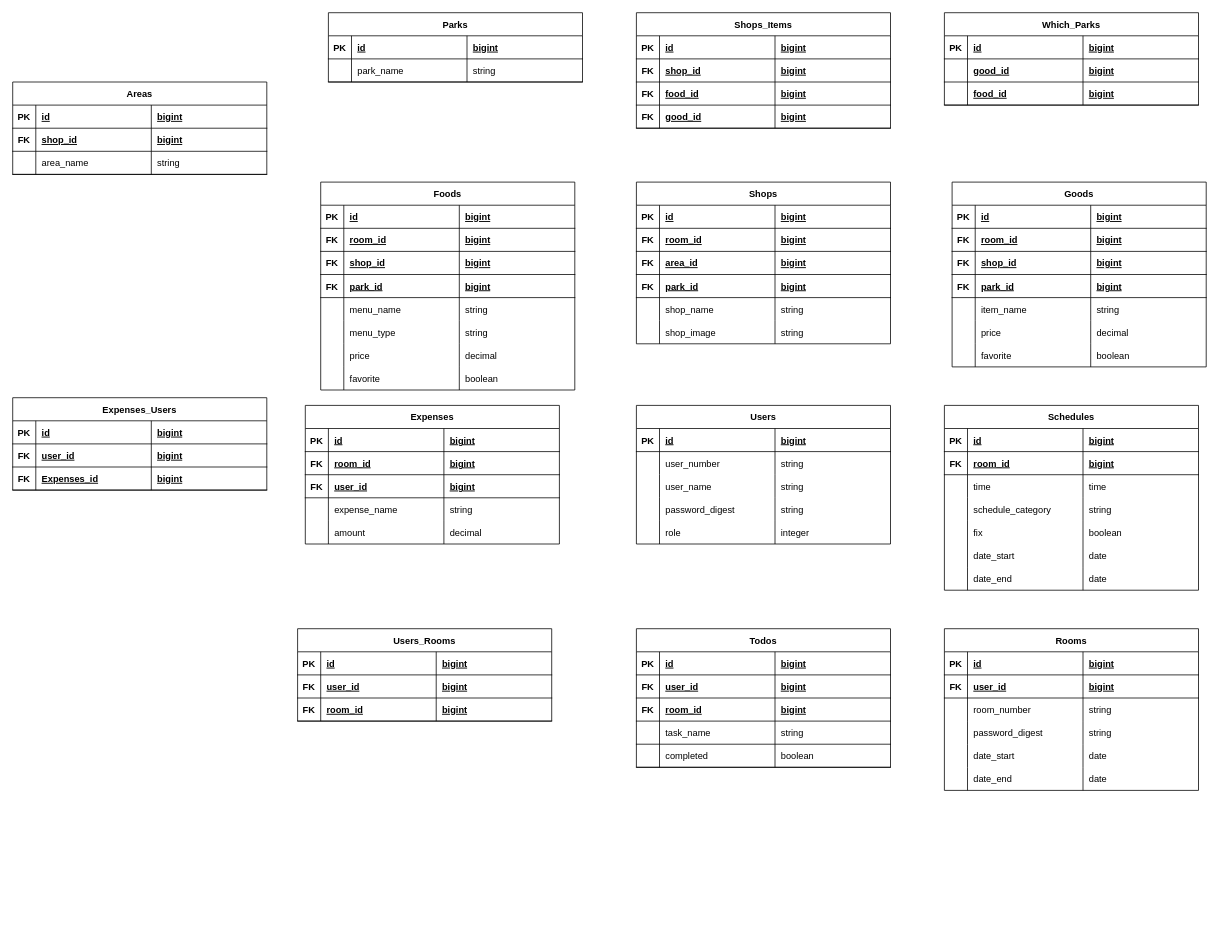
This is schedule_ER.dio from harumakimaki48/schedule, a draw.io file, before an edit. Source tidied: cells renumbered, new cells numbered last; positions are measured from the earlier drawing's top-left corner, leaving out a move shared by most shapes. Both pictures are drawn from the tidied source at 77%, with x=0, y=0 at pixel (12, 12).
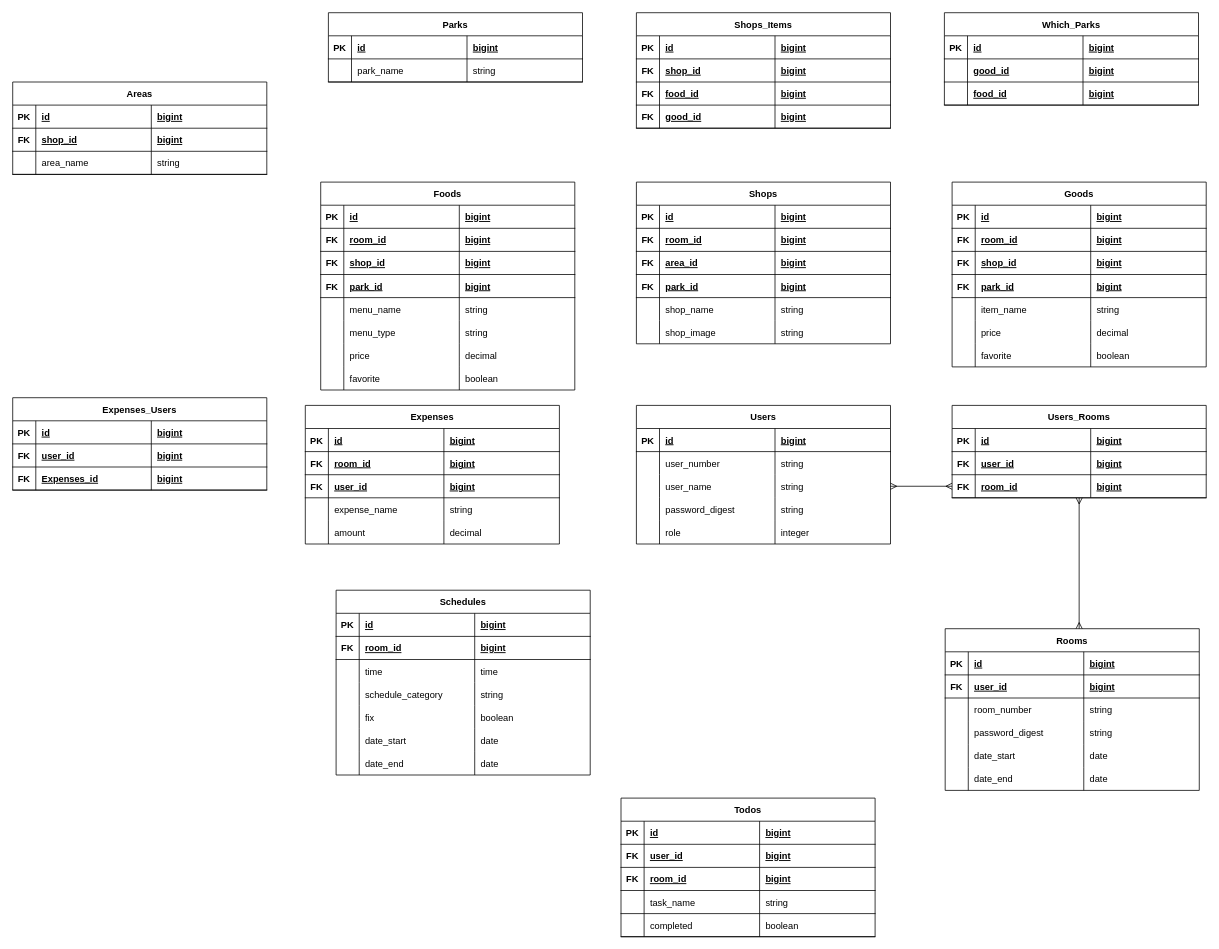
Above is the later version.

Unchanged cells that the change refers to:
```xml
<mxCell id="11" style="shape=tableRow;horizontal=0;startSize=0;swimlaneHead=0;swimlaneBody=0;fillColor=none;points=[[0,0.5],[1,0.5]];portConstraint=eastwest;top=0;left=0;right=0;bottom=0;" parent="2" vertex="1">
  <mxGeometry y="90" width="330" height="30" as="geometry" />
</mxCell>
<mxCell id="211" style="shape=tableRow;horizontal=0;startSize=0;swimlaneHead=0;swimlaneBody=0;fillColor=none;points=[[0,0.5],[1,0.5]];portConstraint=eastwest;top=0;left=0;right=0;bottom=1;" parent="202" vertex="1">
  <mxGeometry y="90" width="330" height="30" as="geometry" />
</mxCell>
```

Diff of the diagram source:
```diff
@@
     <mxCell id="23" value="Rooms" style="shape=table;startSize=30;childLayout=tableLayout;rowLines=0;fontStyle=1;align=center;" parent="1" vertex="1">
-      <mxGeometry x="1210" y="800" width="330" height="210" as="geometry" />
+      <mxGeometry x="1211" y="800" width="330" height="210" as="geometry" />
     </mxCell>
@@
     <mxCell id="48" value="Schedules" style="shape=table;startSize=30;childLayout=tableLayout;rowLines=0;fontStyle=1;align=center;" parent="1" vertex="1">
-      <mxGeometry x="1210" y="510" width="330" height="240" as="geometry" />
+      <mxGeometry x="420" y="750" width="330" height="240" as="geometry" />
     </mxCell>
@@
+    <mxCell id="284" style="edgeStyle=none;html=1;entryX=0.5;entryY=0;entryDx=0;entryDy=0;rounded=0;strokeColor=none;startArrow=ERmany;startFill=0;endArrow=ERmany;endFill=0;" parent="1" edge="1" source="202" target="23">
+      <mxGeometry relative="1" as="geometry" />
+    </mxCell>
+    <mxCell id="285" style="edgeStyle=none;rounded=0;html=1;startArrow=ERmany;startFill=0;endArrow=ERmany;endFill=0;" parent="1" edge="1" source="202">
+      <mxGeometry relative="1" as="geometry">
+        <mxPoint x="1385" y="800" as="targetPoint" />
+      </mxGeometry>
+    </mxCell>
     <mxCell id="202" value="Users_Rooms" style="shape=table;startSize=30;childLayout=tableLayout;rowLines=0;fontStyle=1;align=center;" parent="1" vertex="1">
-      <mxGeometry x="370" y="800" width="330" height="120" as="geometry" />
+      <mxGeometry x="1220" y="510" width="330" height="120" as="geometry" />
     </mxCell>
@@
     <mxCell id="228" value="Todos" style="shape=table;startSize=30;childLayout=tableLayout;rowLines=0;fontStyle=1;align=center;" parent="1" vertex="1">
-      <mxGeometry x="810" y="800" width="330" height="180" as="geometry" />
+      <mxGeometry x="790" y="1020" width="330" height="180" as="geometry" />
     </mxCell>
@@
+    <mxCell id="286" style="edgeStyle=none;rounded=0;html=1;exitX=1;exitY=0.5;exitDx=0;exitDy=0;entryX=0;entryY=0.5;entryDx=0;entryDy=0;startArrow=ERmany;startFill=0;endArrow=ERmany;endFill=0;" parent="1" edge="1" source="11" target="211">
+      <mxGeometry relative="1" as="geometry" />
+    </mxCell>
```
